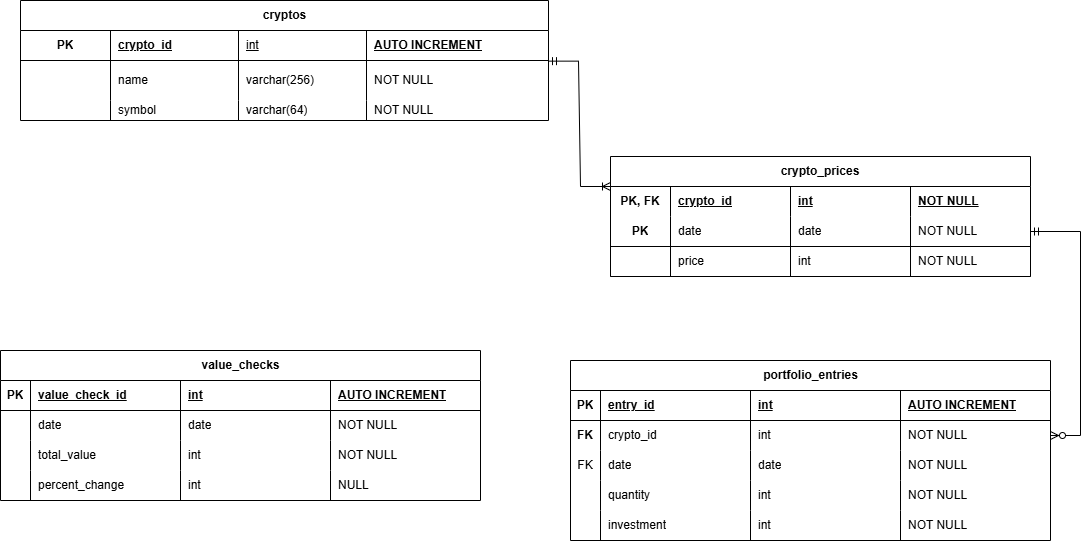
kadenho/cyptracker keeps this draw.io diagram as documentation/Entity-Relationship Diagram.drawio.png. Above is the earlier version. Source tidied: cells renumbered, new cells last; positions are measured from the earlier drawing's top-left corner, leaving out a move shared by most shapes.
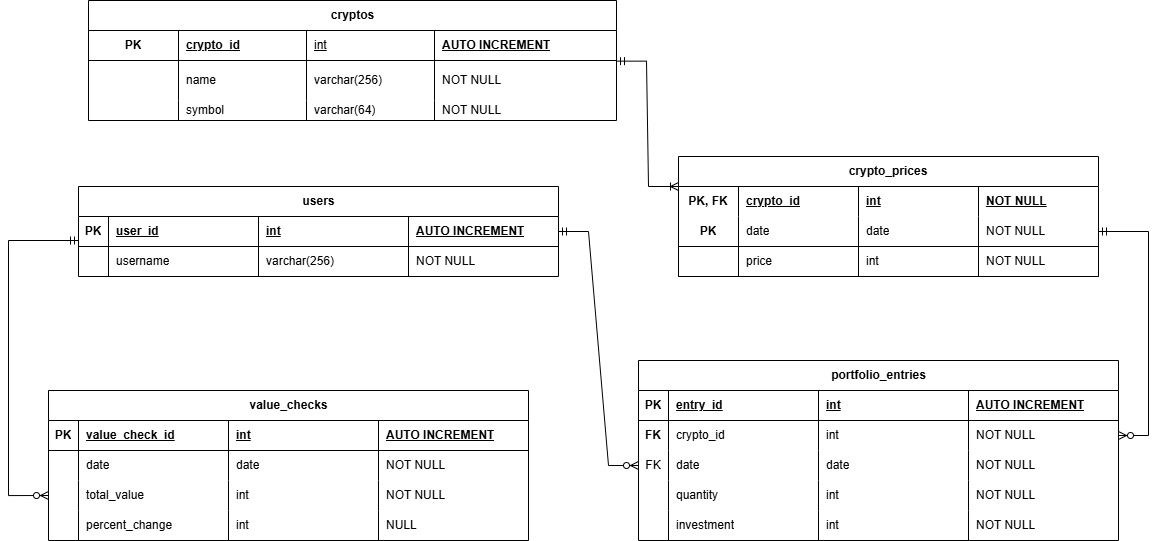
After the change.

Commit message:
Added Users table to Database and ER diagram. Will need to revise all database calls involving Portfolio Entries and Value Checks

The edit, as a diff of the source:
```diff
@@ -200,7 +200,7 @@
       </mxGeometry>
     </mxCell>
     <mxCell id="62" value="value_checks" style="shape=table;startSize=30;rowLines=0;fontStyle=1;align=center;html=1;" parent="1" vertex="1">
-      <mxGeometry y="350" width="480" height="150" as="geometry" />
+      <mxGeometry x="-20" y="390" width="480" height="150" as="geometry" />
     </mxCell>
     <mxCell id="63" style="shape=tableRow;horizontal=0;startSize=0;swimlaneHead=0;swimlaneBody=0;fillColor=none;top=0;left=0;right=0;bottom=1;" parent="62" vertex="1">
       <mxGeometry y="30" width="480" height="30" as="geometry" />
@@ -262,5 +262,51 @@
     <mxCell id="82" value="NULL" style="shape=partialRectangle;fillColor=none;top=0;left=0;bottom=0;right=0;align=left;spacingLeft=6;overflow=hidden;whiteSpace=wrap;html=1;" parent="78" vertex="1">
       <mxGeometry x="330" width="150" height="30" as="geometry" />
     </mxCell>
+    <mxCell id="83" value="users" style="shape=table;startSize=30;rowLines=0;fontStyle=1;align=center;html=1;" parent="1" vertex="1">
+      <mxGeometry x="10" y="186" width="480" height="90" as="geometry" />
+    </mxCell>
+    <mxCell id="84" style="shape=tableRow;horizontal=0;startSize=0;swimlaneHead=0;swimlaneBody=0;fillColor=none;points=[[0,0.5],[1,0.5]];portConstraint=eastwest;top=0;left=0;right=0;bottom=1;" parent="83" vertex="1">
+      <mxGeometry y="30" width="480" height="30" as="geometry" />
+    </mxCell>
+    <mxCell id="85" value="PK" style="shape=partialRectangle;fillColor=none;top=0;left=0;bottom=0;right=0;fontStyle=1;overflow=hidden;whiteSpace=wrap;html=1;" parent="84" vertex="1">
+      <mxGeometry width="30" height="30" as="geometry" />
+    </mxCell>
+    <mxCell id="86" value="user_id" style="shape=partialRectangle;fillColor=none;top=0;left=0;bottom=0;right=0;align=left;spacingLeft=6;fontStyle=5;overflow=hidden;whiteSpace=wrap;html=1;" parent="84" vertex="1">
+      <mxGeometry x="30" width="150" height="30" as="geometry" />
+    </mxCell>
+    <mxCell id="87" value="int" style="shape=partialRectangle;fillColor=none;top=0;left=0;bottom=0;right=0;align=left;spacingLeft=6;fontStyle=5;overflow=hidden;whiteSpace=wrap;html=1;" parent="84" vertex="1">
+      <mxGeometry x="180" width="150" height="30" as="geometry" />
+    </mxCell>
+    <mxCell id="88" value="AUTO INCREMENT" style="shape=partialRectangle;fillColor=none;top=0;left=0;bottom=0;right=0;align=left;spacingLeft=6;fontStyle=5;overflow=hidden;whiteSpace=wrap;html=1;" parent="84" vertex="1">
+      <mxGeometry x="330" width="150" height="30" as="geometry" />
+    </mxCell>
+    <mxCell id="89" style="shape=tableRow;horizontal=0;startSize=0;swimlaneHead=0;swimlaneBody=0;fillColor=none;top=0;left=0;right=0;bottom=0;" parent="83" vertex="1">
+      <mxGeometry y="60" width="480" height="30" as="geometry" />
+    </mxCell>
+    <mxCell id="90" style="shape=partialRectangle;fillColor=none;top=0;left=0;bottom=0;right=0;overflow=hidden;whiteSpace=wrap;html=1;" parent="89" vertex="1">
+      <mxGeometry width="30" height="30" as="geometry" />
+    </mxCell>
+    <mxCell id="91" value="username" style="shape=partialRectangle;fillColor=none;top=0;left=0;bottom=0;right=0;align=left;spacingLeft=6;overflow=hidden;whiteSpace=wrap;html=1;" parent="89" vertex="1">
+      <mxGeometry x="30" width="150" height="30" as="geometry" />
+    </mxCell>
+    <mxCell id="92" value="varchar(256)" style="shape=partialRectangle;fillColor=none;top=0;left=0;bottom=0;right=0;align=left;spacingLeft=6;overflow=hidden;whiteSpace=wrap;html=1;" parent="89" vertex="1">
+      <mxGeometry x="180" width="150" height="30" as="geometry" />
+    </mxCell>
+    <mxCell id="93" value="NOT NULL" style="shape=partialRectangle;fillColor=none;top=0;left=0;bottom=0;right=0;align=left;spacingLeft=6;overflow=hidden;whiteSpace=wrap;html=1;" parent="89" vertex="1">
+      <mxGeometry x="330" width="150" height="30" as="geometry" />
+    </mxCell>
+    <mxCell id="94" style="fontSize=12;html=1;endArrow=ERzeroToMany;startArrow=ERmandOne;rounded=0;jumpStyle=none;edgeStyle=orthogonalEdgeStyle;entryX=0;entryY=0.5;entryDx=0;entryDy=0;" parent="1" edge="1" target="73">
+      <mxGeometry relative="1" as="geometry">
+        <mxPoint x="10" y="240" as="sourcePoint" />
+        <Array as="points">
+          <mxPoint x="10" y="240" />
+          <mxPoint x="-60" y="240" />
+          <mxPoint x="-60" y="495" />
+        </Array>
+      </mxGeometry>
+    </mxCell>
+    <mxCell id="95" style="edgeStyle=entityRelationEdgeStyle;fontSize=12;html=1;endArrow=ERzeroToMany;startArrow=ERmandOne;rounded=0;entryX=0;entryY=0.5;entryDx=0;entryDy=0;exitX=1;exitY=0.5;exitDx=0;exitDy=0;" parent="1" edge="1" source="84" target="46">
+      <mxGeometry relative="1" as="geometry" />
+    </mxCell>
   </root>
 </mxGraphModel>
```
